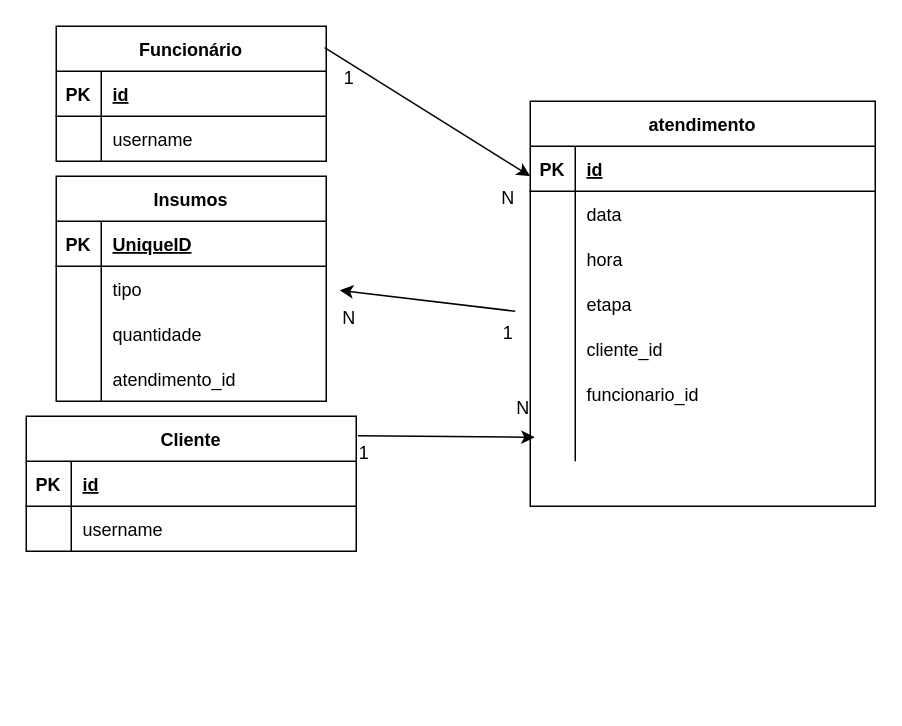
saviodario/PAME-22.2---Entrega-5---SavioDario- keeps this draw.io diagram as MER.drawio. Above is the earlier version. Source tidied: cells renumbered, new cells numbered last; positions are measured from the earlier drawing's top-left corner, leaving out a move shared by most shapes. Both pictures are drawn from the tidied source at 150%, with x=0, y=0 at pixel (26, 26).
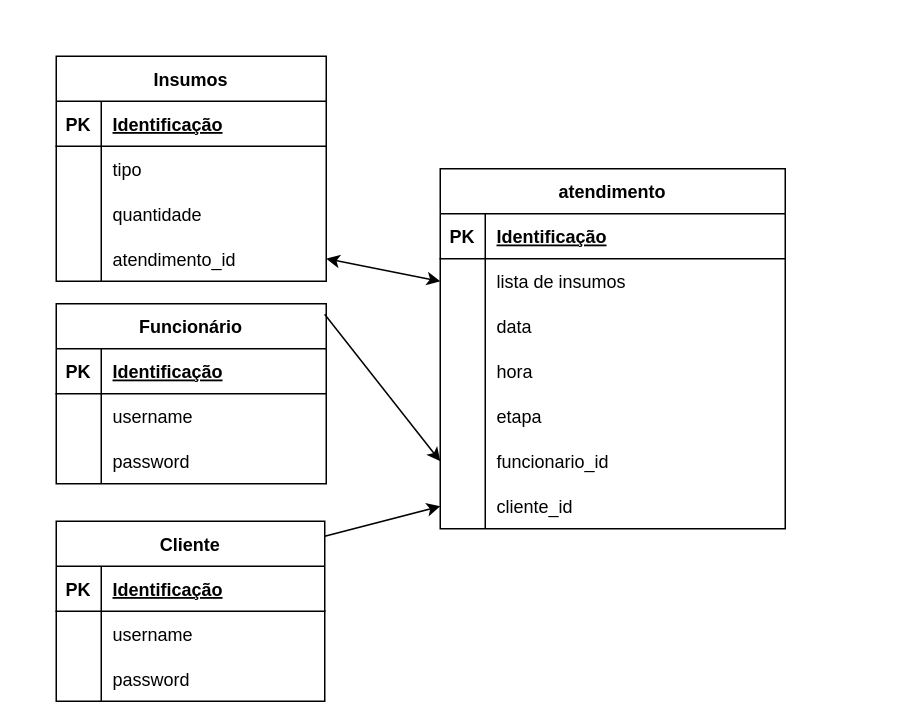
After the change.

Unchanged cells that the change refers to:
```xml
<mxCell id="10" style="shape=tableRow;horizontal=0;startSize=0;swimlaneHead=0;swimlaneBody=0;fillColor=none;top=0;left=0;right=0;bottom=1;" parent="9" vertex="1">
  <mxGeometry y="30" width="230" height="30" as="geometry" />
</mxCell>
<mxCell id="32" style="shape=tableRow;horizontal=0;startSize=0;swimlaneHead=0;swimlaneBody=0;fillColor=none;top=0;left=0;right=0;bottom=1;" parent="31" vertex="1">
  <mxGeometry y="30" width="180" height="30" as="geometry" />
</mxCell>
<mxCell id="45" style="shape=tableRow;horizontal=0;startSize=0;swimlaneHead=0;swimlaneBody=0;fillColor=none;top=0;left=0;right=0;bottom=1;" parent="44" vertex="1">
  <mxGeometry y="30" width="180" height="30" as="geometry" />
</mxCell>
<mxCell id="54" style="shape=tableRow;horizontal=0;startSize=0;swimlaneHead=0;swimlaneBody=0;fillColor=none;points=[[0,0.5],[1,0.5]];portConstraint=eastwest;top=0;left=0;right=0;bottom=0;" parent="44" vertex="1">
  <mxGeometry y="120" width="180" height="30" as="geometry" />
</mxCell>
```

Change to the diagram source:
```diff
@@
     <mxCell id="2" value="Cliente" style="shape=table;startSize=30;childLayout=tableLayout;rowLines=0;fontStyle=1;align=center;" parent="1" vertex="1">
-      <mxGeometry y="260" width="220" height="90" as="geometry" />
+      <mxGeometry x="20" y="330" width="179" height="120" as="geometry" />
     </mxCell>
     <mxCell id="3" style="shape=tableRow;horizontal=0;startSize=0;swimlaneHead=0;swimlaneBody=0;fillColor=none;top=0;left=0;right=0;bottom=1;" parent="2" vertex="1">
-      <mxGeometry y="30" width="220" height="30" as="geometry" />
+      <mxGeometry y="30" width="179" height="30" as="geometry" />
     </mxCell>
@@
-    <mxCell id="5" value="id" style="shape=partialRectangle;fillColor=none;top=0;left=0;bottom=0;right=0;align=left;spacingLeft=6;fontStyle=5;overflow=hidden;" parent="3" vertex="1">
-      <mxGeometry x="30" width="190" height="30" as="geometry" />
+    <mxCell id="5" value="Identificação" style="shape=partialRectangle;fillColor=none;top=0;left=0;bottom=0;right=0;align=left;spacingLeft=6;fontStyle=5;overflow=hidden;" parent="3" vertex="1">
+      <mxGeometry x="30" width="149" height="30" as="geometry" />
     </mxCell>
     <mxCell id="6" style="shape=tableRow;horizontal=0;startSize=0;swimlaneHead=0;swimlaneBody=0;fillColor=none;top=0;left=0;right=0;bottom=0;" parent="2" vertex="1">
-      <mxGeometry y="60" width="220" height="30" as="geometry" />
+      <mxGeometry y="60" width="179" height="30" as="geometry" />
     </mxCell>
@@
     <mxCell id="8" value="username" style="shape=partialRectangle;fillColor=none;top=0;left=0;bottom=0;right=0;align=left;spacingLeft=6;overflow=hidden;" parent="6" vertex="1">
-      <mxGeometry x="30" width="190" height="30" as="geometry" />
+      <mxGeometry x="30" width="149" height="30" as="geometry" />
     </mxCell>
+    <mxCell id="60" style="shape=tableRow;horizontal=0;startSize=0;swimlaneHead=0;swimlaneBody=0;fillColor=none;top=0;left=0;right=0;bottom=0;" parent="2" vertex="1">
+      <mxGeometry y="90" width="179" height="30" as="geometry" />
+    </mxCell>
+    <mxCell id="61" style="shape=partialRectangle;fillColor=none;top=0;left=0;bottom=0;right=0;overflow=hidden;" parent="60" vertex="1">
+      <mxGeometry width="30" height="30" as="geometry" />
+    </mxCell>
+    <mxCell id="62" value="password" style="shape=partialRectangle;fillColor=none;top=0;left=0;bottom=0;right=0;align=left;spacingLeft=6;overflow=hidden;" parent="60" vertex="1">
+      <mxGeometry x="30" width="149" height="30" as="geometry" />
+    </mxCell>
     <mxCell id="9" value="atendimento" style="shape=table;startSize=30;childLayout=tableLayout;rowLines=0;fontStyle=1;align=center;" parent="1" vertex="1">
-      <mxGeometry x="336" y="50" width="230" height="270" as="geometry" />
+      <mxGeometry x="276" y="95" width="230" height="240" as="geometry" />
     </mxCell>
@@
-    <mxCell id="12" value="id" style="shape=partialRectangle;fillColor=none;top=0;left=0;bottom=0;right=0;align=left;spacingLeft=6;fontStyle=5;overflow=hidden;" parent="10" vertex="1">
+    <mxCell id="12" value="Identificação" style="shape=partialRectangle;fillColor=none;top=0;left=0;bottom=0;right=0;align=left;spacingLeft=6;fontStyle=5;overflow=hidden;" parent="10" vertex="1">
       <mxGeometry x="30" width="200" height="30" as="geometry" />
     </mxCell>
+    <mxCell id="63" style="shape=tableRow;horizontal=0;startSize=0;swimlaneHead=0;swimlaneBody=0;fillColor=none;top=0;left=0;right=0;bottom=0;" parent="9" vertex="1">
+      <mxGeometry y="60" width="230" height="30" as="geometry" />
+    </mxCell>
+    <mxCell id="64" style="shape=partialRectangle;fillColor=none;top=0;left=0;bottom=0;right=0;overflow=hidden;" parent="63" vertex="1">
+      <mxGeometry width="30" height="30" as="geometry" />
+    </mxCell>
+    <mxCell id="65" value="lista de insumos" style="shape=partialRectangle;fillColor=none;top=0;left=0;bottom=0;right=0;align=left;spacingLeft=6;overflow=hidden;" parent="63" vertex="1">
+      <mxGeometry x="30" width="200" height="30" as="geometry" />
+    </mxCell>
     <mxCell id="13" style="shape=tableRow;horizontal=0;startSize=0;swimlaneHead=0;swimlaneBody=0;fillColor=none;top=0;left=0;right=0;bottom=0;" parent="9" vertex="1">
-      <mxGeometry y="60" width="230" height="30" as="geometry" />
+      <mxGeometry y="90" width="230" height="30" as="geometry" />
     </mxCell>
@@
     <mxCell id="16" style="shape=tableRow;horizontal=0;startSize=0;swimlaneHead=0;swimlaneBody=0;fillColor=none;top=0;left=0;right=0;bottom=0;" parent="9" vertex="1">
-      <mxGeometry y="90" width="230" height="30" as="geometry" />
+      <mxGeometry y="120" width="230" height="30" as="geometry" />
     </mxCell>
@@
     <mxCell id="19" style="shape=tableRow;horizontal=0;startSize=0;swimlaneHead=0;swimlaneBody=0;fillColor=none;top=0;left=0;right=0;bottom=0;" parent="9" vertex="1">
-      <mxGeometry y="120" width="230" height="30" as="geometry" />
+      <mxGeometry y="150" width="230" height="30" as="geometry" />
     </mxCell>
@@
+    <mxCell id="25" style="shape=tableRow;horizontal=0;startSize=0;swimlaneHead=0;swimlaneBody=0;fillColor=none;points=[[0,0.5],[1,0.5]];portConstraint=eastwest;top=0;left=0;right=0;bottom=0;" parent="9" vertex="1">
+      <mxGeometry y="180" width="230" height="30" as="geometry" />
+    </mxCell>
+    <mxCell id="26" style="shape=partialRectangle;fillColor=none;top=0;left=0;bottom=0;right=0;overflow=hidden;" parent="25" vertex="1">
+      <mxGeometry width="30" height="30" as="geometry" />
+    </mxCell>
+    <mxCell id="27" value="funcionario_id" style="shape=partialRectangle;fillColor=none;top=0;left=0;bottom=0;right=0;align=left;spacingLeft=6;overflow=hidden;" parent="25" vertex="1">
+      <mxGeometry x="30" width="200" height="30" as="geometry" />
+    </mxCell>
     <mxCell id="22" style="shape=tableRow;horizontal=0;startSize=0;swimlaneHead=0;swimlaneBody=0;fillColor=none;points=[[0,0.5],[1,0.5]];portConstraint=eastwest;top=0;left=0;right=0;bottom=0;" parent="9" vertex="1">
-      <mxGeometry y="150" width="230" height="30" as="geometry" />
+      <mxGeometry y="210" width="230" height="30" as="geometry" />
     </mxCell>
@@
-    <mxCell id="25" style="shape=tableRow;horizontal=0;startSize=0;swimlaneHead=0;swimlaneBody=0;fillColor=none;points=[[0,0.5],[1,0.5]];portConstraint=eastwest;top=0;left=0;right=0;bottom=0;" parent="9" vertex="1">
-      <mxGeometry y="180" width="230" height="30" as="geometry" />
-    </mxCell>
-    <mxCell id="26" style="shape=partialRectangle;fillColor=none;top=0;left=0;bottom=0;right=0;overflow=hidden;" parent="25" vertex="1">
-      <mxGeometry width="30" height="30" as="geometry" />
-    </mxCell>
-    <mxCell id="27" value="funcionario_id" style="shape=partialRectangle;fillColor=none;top=0;left=0;bottom=0;right=0;align=left;spacingLeft=6;overflow=hidden;" parent="25" vertex="1">
-      <mxGeometry x="30" width="200" height="30" as="geometry" />
-    </mxCell>
-    <mxCell id="28" style="shape=tableRow;horizontal=0;startSize=0;swimlaneHead=0;swimlaneBody=0;fillColor=none;top=0;left=0;right=0;bottom=0;" parent="9" vertex="1">
-      <mxGeometry y="210" width="230" height="30" as="geometry" />
-    </mxCell>
-    <mxCell id="29" style="shape=partialRectangle;fillColor=none;top=0;left=0;bottom=0;right=0;overflow=hidden;" parent="28" vertex="1">
-      <mxGeometry width="30" height="30" as="geometry" />
-    </mxCell>
-    <mxCell id="30" style="shape=partialRectangle;fillColor=none;top=0;left=0;bottom=0;right=0;align=left;spacingLeft=6;overflow=hidden;" parent="28" vertex="1">
-      <mxGeometry x="30" width="200" height="30" as="geometry" />
-    </mxCell>
     <mxCell id="31" value="Funcionário" style="shape=table;startSize=30;childLayout=tableLayout;rowLines=0;fontStyle=1;align=center;" parent="1" vertex="1">
-      <mxGeometry x="20" width="180" height="90" as="geometry" />
+      <mxGeometry x="20" y="185" width="180" height="120" as="geometry" />
     </mxCell>
@@
-    <mxCell id="34" value="id" style="shape=partialRectangle;fillColor=none;top=0;left=0;bottom=0;right=0;align=left;spacingLeft=6;fontStyle=5;overflow=hidden;" parent="32" vertex="1">
+    <mxCell id="34" value="Identificação" style="shape=partialRectangle;fillColor=none;top=0;left=0;bottom=0;right=0;align=left;spacingLeft=6;fontStyle=5;overflow=hidden;" parent="32" vertex="1">
       <mxGeometry x="30" width="150" height="30" as="geometry" />
     </mxCell>
@@
-    <mxCell id="38" style="endArrow=classic;html=1;rounded=0;exitX=1.005;exitY=0.144;exitDx=0;exitDy=0;exitPerimeter=0;entryX=0.767;entryY=1.133;entryDx=0;entryDy=0;entryPerimeter=0;" parent="1" edge="1" source="2" target="42">
-      <mxGeometry relative="1" as="geometry" />
-    </mxCell>
+    <mxCell id="66" style="shape=tableRow;horizontal=0;startSize=0;swimlaneHead=0;swimlaneBody=0;fillColor=none;top=0;left=0;right=0;bottom=0;" parent="31" vertex="1">
+      <mxGeometry y="90" width="180" height="30" as="geometry" />
+    </mxCell>
+    <mxCell id="67" style="shape=partialRectangle;fillColor=none;top=0;left=0;bottom=0;right=0;overflow=hidden;" parent="66" vertex="1">
+      <mxGeometry width="30" height="30" as="geometry" />
+    </mxCell>
+    <mxCell id="68" value="password" style="shape=partialRectangle;fillColor=none;top=0;left=0;bottom=0;right=0;align=left;spacingLeft=6;overflow=hidden;" parent="66" vertex="1">
+      <mxGeometry x="30" width="150" height="30" as="geometry" />
+    </mxCell>
-    <mxCell id="39" style="endArrow=classic;html=1;rounded=0;exitX=0.994;exitY=0.158;exitDx=0;exitDy=0;exitPerimeter=0;" parent="1" edge="1" source="31">
-      <mxGeometry relative="1" as="geometry">
-        <mxPoint x="336" y="100" as="targetPoint" />
-      </mxGeometry>
+    <mxCell id="39" style="endArrow=classic;html=1;rounded=0;exitX=0.994;exitY=0.058;exitDx=0;exitDy=0;exitPerimeter=0;entryX=0;entryY=0.5;entryDx=0;entryDy=0;" parent="1" edge="1" source="31" target="25">
+      <mxGeometry relative="1" as="geometry" />
     </mxCell>
-    <mxCell id="40" value="N" style="text;html=1;align=center;verticalAlign=middle;strokeColor=none;fillColor=none;" parent="1" vertex="1">
-      <mxGeometry x="306" y="100" width="30" height="30" as="geometry" />
-    </mxCell>
-    <mxCell id="41" value="1" style="text;html=1;align=center;verticalAlign=middle;strokeColor=none;fillColor=none;" parent="1" vertex="1">
-      <mxGeometry x="200" y="20" width="30" height="30" as="geometry" />
-    </mxCell>
-    <mxCell id="42" value="N" style="text;html=1;align=center;verticalAlign=middle;points=[];strokeColor=none;fillColor=none;" parent="1" vertex="1">
-      <mxGeometry x="316" y="240" width="30" height="30" as="geometry" />
-    </mxCell>
-    <mxCell id="43" value="1" style="text;html=1;align=center;verticalAlign=middle;strokeColor=none;fillColor=none;" parent="1" vertex="1">
-      <mxGeometry x="210" y="270" width="30" height="30" as="geometry" />
-    </mxCell>
     <mxCell id="44" value="Insumos" style="shape=table;startSize=30;childLayout=tableLayout;rowLines=0;fontStyle=1;align=center;" parent="1" vertex="1">
-      <mxGeometry x="20" y="100" width="180" height="150" as="geometry" />
+      <mxGeometry x="20" y="20" width="180" height="150" as="geometry" />
     </mxCell>
@@
-    <mxCell id="47" value="UniqueID" style="shape=partialRectangle;fillColor=none;top=0;left=0;bottom=0;right=0;align=left;spacingLeft=6;fontStyle=5;overflow=hidden;" parent="45" vertex="1">
+    <mxCell id="47" value="Identificação" style="shape=partialRectangle;fillColor=none;top=0;left=0;bottom=0;right=0;align=left;spacingLeft=6;fontStyle=5;overflow=hidden;" parent="45" vertex="1">
       <mxGeometry x="30" width="150" height="30" as="geometry" />
     </mxCell>
@@
-    <mxCell id="57" style="endArrow=classic;html=1;rounded=0;entryX=0.3;entryY=-0.133;entryDx=0;entryDy=0;exitX=0.667;exitY=0;exitDx=0;exitDy=0;exitPerimeter=0;entryPerimeter=0;" parent="1" edge="1" target="58">
-      <mxGeometry relative="1" as="geometry">
-        <mxPoint x="326" y="190" as="sourcePoint" />
-      </mxGeometry>
-    </mxCell>
-    <mxCell id="58" value="N" style="text;html=1;align=center;verticalAlign=middle;points=[];strokeColor=none;fillColor=none;" parent="1" vertex="1">
-      <mxGeometry x="200" y="180" width="30" height="30" as="geometry" />
-    </mxCell>
-    <mxCell id="59" value="1" style="text;html=1;align=center;verticalAlign=middle;strokeColor=none;fillColor=none;" parent="1" vertex="1">
-      <mxGeometry x="306" y="190" width="30" height="30" as="geometry" />
-    </mxCell>
+    <mxCell id="69" style="endArrow=classic;html=1;rounded=0;exitX=1;exitY=0.083;exitDx=0;exitDy=0;exitPerimeter=0;entryX=0;entryY=0.5;entryDx=0;entryDy=0;" parent="1" edge="1" source="2" target="22">
+      <mxGeometry relative="1" as="geometry" />
+    </mxCell>
+    <mxCell id="70" style="endArrow=classic;startArrow=classic;html=1;rounded=0;exitX=1;exitY=0.5;exitDx=0;exitDy=0;" parent="1" edge="1" source="54">
+      <mxGeometry relative="1" as="geometry">
+        <mxPoint x="276" y="170" as="targetPoint" />
+      </mxGeometry>
+    </mxCell>
```
